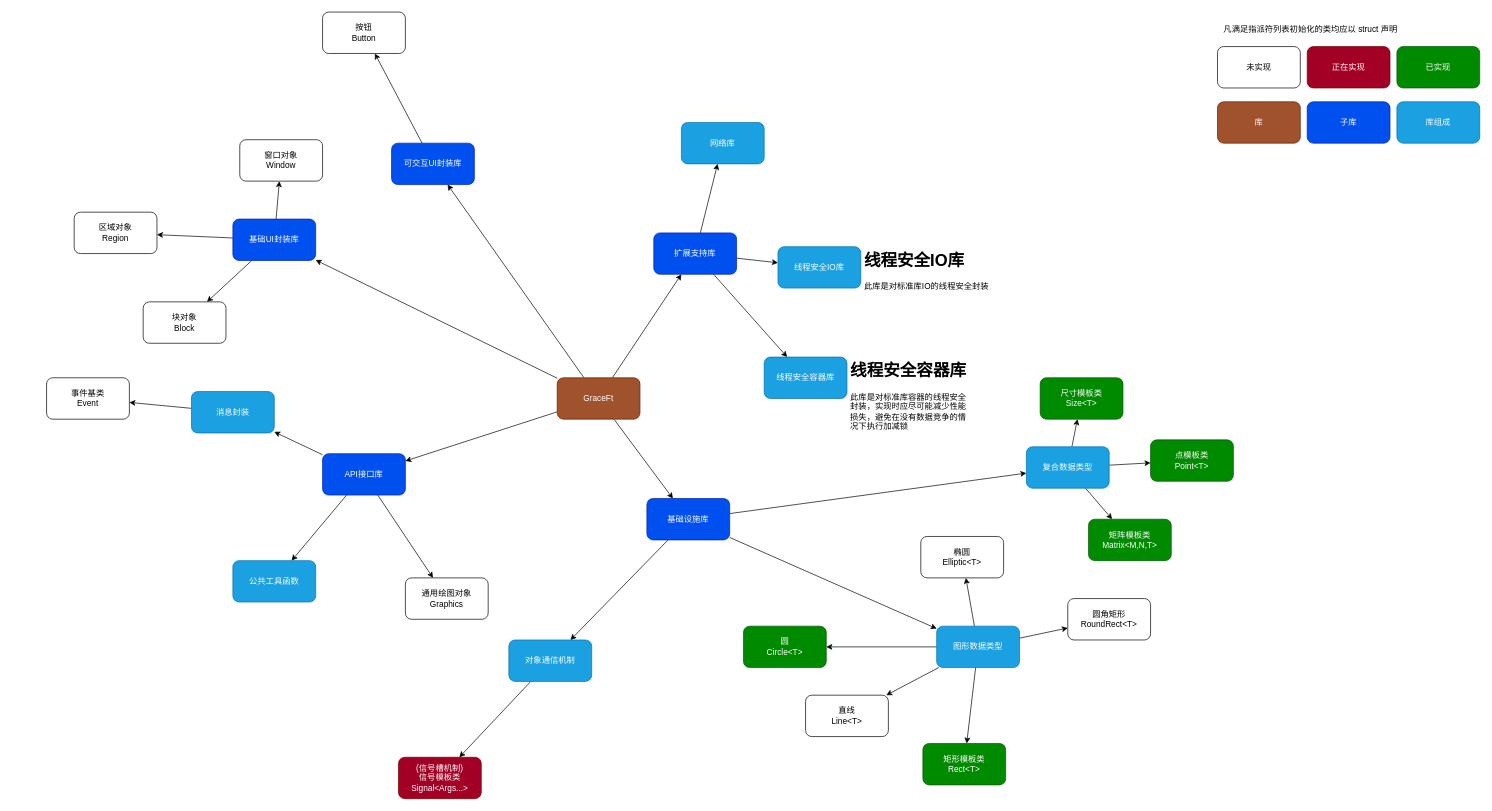
This is des.dio from Anglebase/GraceFt, a draw.io file, before an edit. Source tidied: cells renumbered, new cells numbered last; positions are measured from the earlier drawing's top-left corner, leaving out a move shared by most shapes. Both pictures are drawn from the tidied source at 69%, with x=0, y=0 at pixel (46, 12).
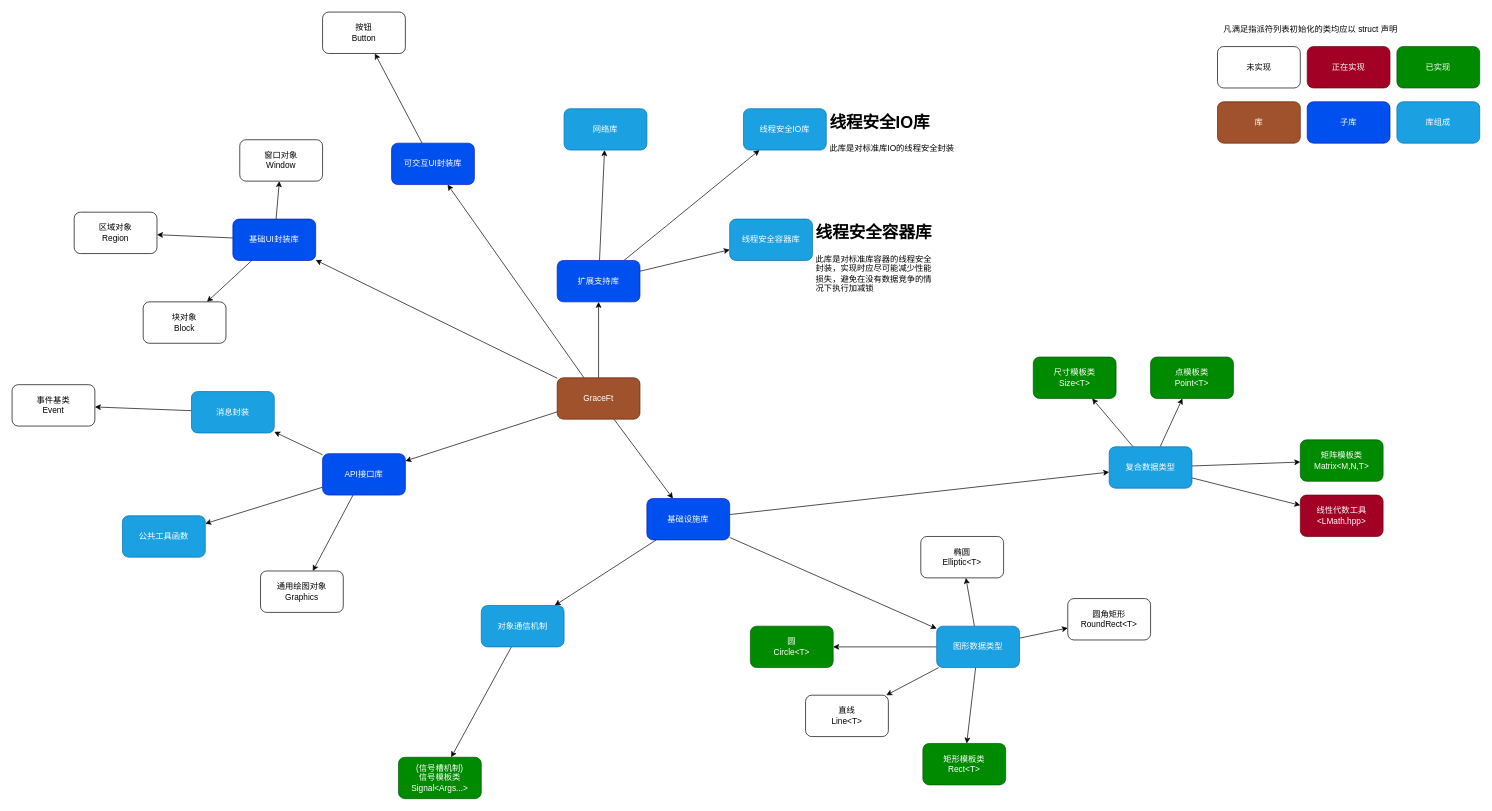
Above is the later version.

Diff of the diagram source:
```diff
@@
     <mxCell id="14" value="线程安全容器库" style="rounded=1;whiteSpace=wrap;html=1;fillColor=#1ba1e2;fontColor=#ffffff;strokeColor=#006EAF;" parent="1" vertex="1">
-      <mxGeometry x="1040" y="500" width="120" height="60" as="geometry" />
+      <mxGeometry x="990" y="300" width="120" height="60" as="geometry" />
     </mxCell>
@@
+    <mxCell id="68" style="edgeStyle=none;html=1;" parent="1" edge="1" source="19" target="69">
+      <mxGeometry relative="1" as="geometry" />
+    </mxCell>
     <mxCell id="19" value="复合数据类型" style="rounded=1;whiteSpace=wrap;html=1;fillColor=#1ba1e2;fontColor=#ffffff;strokeColor=#006EAF;" parent="1" vertex="1">
-      <mxGeometry x="1420" y="630" width="120" height="60" as="geometry" />
+      <mxGeometry x="1540" y="630" width="120" height="60" as="geometry" />
     </mxCell>
@@
     <mxCell id="21" value="对象通信机制" style="rounded=1;whiteSpace=wrap;html=1;fillColor=#1ba1e2;fontColor=#ffffff;strokeColor=#006EAF;" parent="1" vertex="1">
-      <mxGeometry x="670" y="910" width="120" height="60" as="geometry" />
+      <mxGeometry x="630" y="860" width="120" height="60" as="geometry" />
     </mxCell>
     <mxCell id="22" value="点模板类&lt;br&gt;Point&amp;lt;T&amp;gt;" style="rounded=1;whiteSpace=wrap;html=1;fillColor=#008a00;strokeColor=#005700;fontColor=#ffffff;" parent="1" vertex="1">
-      <mxGeometry x="1600" y="620" width="120" height="60" as="geometry" />
+      <mxGeometry x="1600" y="500" width="120" height="60" as="geometry" />
     </mxCell>
     <mxCell id="23" value="尺寸模板类&lt;br&gt;Size&amp;lt;T&amp;gt;" style="rounded=1;whiteSpace=wrap;html=1;fillColor=#008a00;fontColor=#ffffff;strokeColor=#005700;" parent="1" vertex="1">
-      <mxGeometry x="1440" y="530" width="120" height="60" as="geometry" />
+      <mxGeometry x="1430" y="500" width="120" height="60" as="geometry" />
     </mxCell>
@@
-    <mxCell id="25" value="(信号槽机制)&lt;br&gt;信号模板类&lt;br&gt;Signal&amp;lt;Args...&amp;gt;" style="rounded=1;whiteSpace=wrap;html=1;fillColor=#a20025;fontColor=#ffffff;strokeColor=#6F0000;" parent="1" vertex="1">
+    <mxCell id="25" value="(信号槽机制)&lt;br&gt;信号模板类&lt;br&gt;Signal&amp;lt;Args...&amp;gt;" style="rounded=1;whiteSpace=wrap;html=1;fillColor=#008a00;fontColor=#ffffff;strokeColor=#005700;" parent="1" vertex="1">
       <mxGeometry x="510" y="1080" width="120" height="60" as="geometry" />
     </mxCell>
@@
     <mxCell id="31" value="线程安全IO库" style="rounded=1;whiteSpace=wrap;html=1;fillColor=#1ba1e2;fontColor=#ffffff;strokeColor=#006EAF;" parent="1" vertex="1">
-      <mxGeometry x="1060" y="340" width="120" height="60" as="geometry" />
+      <mxGeometry x="1010" y="140" width="120" height="60" as="geometry" />
     </mxCell>
     <mxCell id="32" value="&lt;h1&gt;线程安全容器库&lt;/h1&gt;&lt;div&gt;此库是对标准库容器的线程安全封装，实现时应尽可能减少性能损失，避免在没有数据竞争的情况下执行加减锁&lt;/div&gt;" style="text;html=1;strokeColor=none;fillColor=none;spacing=5;spacingTop=-20;whiteSpace=wrap;overflow=hidden;rounded=0;" parent="1" vertex="1">
-      <mxGeometry x="1160" y="500" width="180" height="110" as="geometry" />
+      <mxGeometry x="1110" y="300" width="180" height="110" as="geometry" />
     </mxCell>
     <mxCell id="33" value="&lt;h1&gt;线程安全IO库&lt;/h1&gt;&lt;div&gt;此库是对标准库IO的线程安全封装&lt;/div&gt;" style="text;html=1;strokeColor=none;fillColor=none;spacing=5;spacingTop=-20;whiteSpace=wrap;overflow=hidden;rounded=0;" parent="1" vertex="1">
-      <mxGeometry x="1180" y="340" width="190" height="70" as="geometry" />
+      <mxGeometry x="1130" y="140" width="190" height="70" as="geometry" />
     </mxCell>
@@
     <mxCell id="39" value="通用绘图对象&lt;br&gt;Graphics" style="rounded=1;whiteSpace=wrap;html=1;" parent="1" vertex="1">
-      <mxGeometry x="520" y="820" width="120" height="60" as="geometry" />
+      <mxGeometry x="310" y="810" width="120" height="60" as="geometry" />
     </mxCell>
@@
     <mxCell id="46" value="公共工具函数" style="rounded=1;whiteSpace=wrap;html=1;fillColor=#1ba1e2;fontColor=#ffffff;strokeColor=#006EAF;" parent="1" vertex="1">
-      <mxGeometry x="270" y="795" width="120" height="60" as="geometry" />
+      <mxGeometry x="110" y="730" width="120" height="60" as="geometry" />
     </mxCell>
     <mxCell id="47" value="矩阵模板类&lt;br&gt;Matrix&amp;lt;M,N,T&amp;gt;" style="rounded=1;whiteSpace=wrap;html=1;fillColor=#008a00;fontColor=#ffffff;strokeColor=#005700;fontStyle=0;" parent="1" vertex="1">
-      <mxGeometry x="1510" y="735" width="120" height="60" as="geometry" />
+      <mxGeometry x="1817" y="620" width="120" height="60" as="geometry" />
     </mxCell>
@@
     <mxCell id="56" value="圆&lt;br&gt;Circle&amp;lt;T&amp;gt;" style="rounded=1;whiteSpace=wrap;html=1;fillColor=#008a00;fontColor=#ffffff;strokeColor=#005700;" parent="1" vertex="1">
-      <mxGeometry x="1010" y="890" width="120" height="60" as="geometry" />
+      <mxGeometry x="1020" y="890" width="120" height="60" as="geometry" />
     </mxCell>
@@
     <mxCell id="61" value="事件基类&lt;br&gt;Event" style="rounded=1;whiteSpace=wrap;html=1;" parent="1" vertex="1">
-      <mxGeometry y="530" width="120" height="60" as="geometry" />
+      <mxGeometry x="-50" y="540" width="120" height="60" as="geometry" />
     </mxCell>
@@
     <mxCell id="66" value="扩展支持库" style="rounded=1;whiteSpace=wrap;html=1;fillColor=#0050ef;fontColor=#ffffff;strokeColor=#001DBC;" parent="1" vertex="1">
-      <mxGeometry x="880" y="320" width="120" height="60" as="geometry" />
+      <mxGeometry x="740" y="360" width="120" height="60" as="geometry" />
     </mxCell>
     <mxCell id="67" value="网络库" style="rounded=1;whiteSpace=wrap;html=1;fillColor=#1ba1e2;fontColor=#ffffff;strokeColor=#006EAF;" parent="1" vertex="1">
-      <mxGeometry x="920" y="160" width="120" height="60" as="geometry" />
+      <mxGeometry x="750" y="140" width="120" height="60" as="geometry" />
     </mxCell>
+    <mxCell id="69" value="线性代数工具&lt;br&gt;&amp;lt;LMath.hpp&amp;gt;" style="rounded=1;whiteSpace=wrap;html=1;fontStyle=0;fillColor=#a20025;fontColor=#ffffff;strokeColor=#6F0000;" parent="1" vertex="1">
+      <mxGeometry x="1817" y="700" width="120" height="60" as="geometry" />
+    </mxCell>
```
